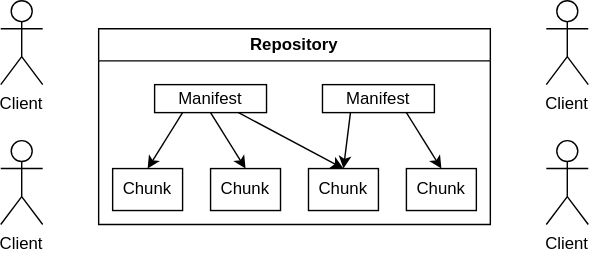
Before: paper/figures/terminology.drawio.svg, a diagram exported from draw.io (Deric-W/vinculum). Source tidied: cells renumbered, new cells last; positions are measured from the earlier drawing's top-left corner, leaving out a move shared by most shapes. Source of this version:
```xml
<mxGraphModel>
  <root>
    <mxCell id="0" />
    <mxCell id="1" parent="0" />
    <mxCell id="2" value="Client" style="shape=umlActor;verticalLabelPosition=bottom;verticalAlign=top;" parent="1" vertex="1">
      <mxGeometry width="30" height="60" as="geometry" />
    </mxCell>
    <mxCell id="3" value="Client" style="shape=umlActor;verticalLabelPosition=bottom;verticalAlign=top;outlineConnect=0;" parent="1" vertex="1">
      <mxGeometry y="100" width="30" height="60" as="geometry" />
    </mxCell>
    <mxCell id="4" value="Client" style="shape=umlActor;verticalLabelPosition=bottom;verticalAlign=top;" parent="1" vertex="1">
      <mxGeometry x="390" width="30" height="60" as="geometry" />
    </mxCell>
    <mxCell id="5" value="Client" style="shape=umlActor;verticalLabelPosition=bottom;verticalAlign=top;" parent="1" vertex="1">
      <mxGeometry x="390" y="100" width="30" height="60" as="geometry" />
    </mxCell>
    <mxCell id="6" value="Repository" style="swimlane;whiteSpace=wrap;" parent="1" vertex="1">
      <mxGeometry x="70" y="20" width="280" height="140" as="geometry" />
    </mxCell>
    <mxCell id="7" value="Manifest" style="rounded=0;whiteSpace=wrap;" parent="6" vertex="1">
      <mxGeometry x="40" y="40" width="80" height="20" as="geometry" />
    </mxCell>
    <mxCell id="8" value="Manifest" style="rounded=0;whiteSpace=wrap;" parent="6" vertex="1">
      <mxGeometry x="160" y="40" width="80" height="20" as="geometry" />
    </mxCell>
    <mxCell id="9" value="Chunk" style="rounded=0;whiteSpace=wrap;" parent="6" vertex="1">
      <mxGeometry x="10" y="100" width="50" height="30" as="geometry" />
    </mxCell>
    <mxCell id="10" style="endArrow=classic;rounded=0;exitX=0.25;exitY=1;exitDx=0;exitDy=0;entryX=0.5;entryY=0;entryDx=0;entryDy=0;" parent="6" edge="1" source="7" target="9">
      <mxGeometry relative="1" as="geometry" />
    </mxCell>
    <mxCell id="11" style="endArrow=classic;rounded=0;exitX=0.5;exitY=1;exitDx=0;exitDy=0;entryX=0.5;entryY=0;entryDx=0;entryDy=0;" parent="6" edge="1" source="7" target="15">
      <mxGeometry relative="1" as="geometry" />
    </mxCell>
    <mxCell id="12" style="endArrow=classic;rounded=0;exitX=0.75;exitY=1;exitDx=0;exitDy=0;entryX=0.5;entryY=0;entryDx=0;entryDy=0;" parent="6" edge="1" source="7" target="17">
      <mxGeometry relative="1" as="geometry" />
    </mxCell>
    <mxCell id="13" style="endArrow=classic;rounded=0;exitX=0.25;exitY=1;exitDx=0;exitDy=0;entryX=0.5;entryY=0;entryDx=0;entryDy=0;" parent="6" edge="1" source="8" target="17">
      <mxGeometry relative="1" as="geometry" />
    </mxCell>
    <mxCell id="14" style="endArrow=classic;rounded=0;exitX=0.75;exitY=1;exitDx=0;exitDy=0;entryX=0.5;entryY=0;entryDx=0;entryDy=0;" parent="6" edge="1" source="8" target="16">
      <mxGeometry relative="1" as="geometry" />
    </mxCell>
    <mxCell id="15" value="Chunk" style="rounded=0;whiteSpace=wrap;" parent="6" vertex="1">
      <mxGeometry x="80" y="100" width="50" height="30" as="geometry" />
    </mxCell>
    <mxCell id="16" value="Chunk" style="rounded=0;whiteSpace=wrap;" parent="6" vertex="1">
      <mxGeometry x="220" y="100" width="50" height="30" as="geometry" />
    </mxCell>
    <mxCell id="17" value="Chunk" style="rounded=0;whiteSpace=wrap;" parent="6" vertex="1">
      <mxGeometry x="150" y="100" width="50" height="30" as="geometry" />
    </mxCell>
  </root>
</mxGraphModel>
```
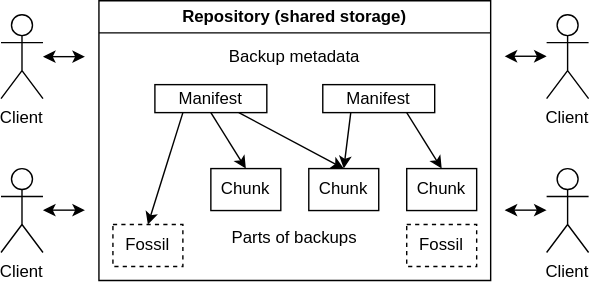
Above is the later version.

What changed in the source:
```diff
@@ -2,29 +2,20 @@
   <root>
     <mxCell id="0" />
     <mxCell id="1" parent="0" />
-    <mxCell id="2" value="Client" style="shape=umlActor;verticalLabelPosition=bottom;verticalAlign=top;" parent="1" vertex="1">
-      <mxGeometry width="30" height="60" as="geometry" />
-    </mxCell>
     <mxCell id="3" value="Client" style="shape=umlActor;verticalLabelPosition=bottom;verticalAlign=top;outlineConnect=0;" parent="1" vertex="1">
-      <mxGeometry y="100" width="30" height="60" as="geometry" />
+      <mxGeometry y="10" width="30" height="60" as="geometry" />
     </mxCell>
-    <mxCell id="4" value="Client" style="shape=umlActor;verticalLabelPosition=bottom;verticalAlign=top;" parent="1" vertex="1">
-      <mxGeometry x="390" width="30" height="60" as="geometry" />
-    </mxCell>
-    <mxCell id="5" value="Client" style="shape=umlActor;verticalLabelPosition=bottom;verticalAlign=top;" parent="1" vertex="1">
-      <mxGeometry x="390" y="100" width="30" height="60" as="geometry" />
-    </mxCell>
-    <mxCell id="6" value="Repository" style="swimlane;whiteSpace=wrap;" parent="1" vertex="1">
-      <mxGeometry x="70" y="20" width="280" height="140" as="geometry" />
+    <mxCell id="6" value="Repository (shared storage)" style="swimlane;whiteSpace=wrap;" parent="1" vertex="1">
+      <mxGeometry x="70" width="280" height="200" as="geometry" />
     </mxCell>
     <mxCell id="7" value="Manifest" style="rounded=0;whiteSpace=wrap;" parent="6" vertex="1">
-      <mxGeometry x="40" y="40" width="80" height="20" as="geometry" />
+      <mxGeometry x="40" y="60" width="80" height="20" as="geometry" />
     </mxCell>
     <mxCell id="8" value="Manifest" style="rounded=0;whiteSpace=wrap;" parent="6" vertex="1">
-      <mxGeometry x="160" y="40" width="80" height="20" as="geometry" />
+      <mxGeometry x="160" y="60" width="80" height="20" as="geometry" />
     </mxCell>
-    <mxCell id="9" value="Chunk" style="rounded=0;whiteSpace=wrap;" parent="6" vertex="1">
-      <mxGeometry x="10" y="100" width="50" height="30" as="geometry" />
+    <mxCell id="9" value="Fossil" style="rounded=0;whiteSpace=wrap;dashed=1;" parent="6" vertex="1">
+      <mxGeometry x="10" y="160" width="50" height="30" as="geometry" />
     </mxCell>
     <mxCell id="10" style="endArrow=classic;rounded=0;exitX=0.25;exitY=1;exitDx=0;exitDy=0;entryX=0.5;entryY=0;entryDx=0;entryDy=0;" parent="6" edge="1" source="7" target="9">
       <mxGeometry relative="1" as="geometry" />
@@ -42,13 +33,54 @@
       <mxGeometry relative="1" as="geometry" />
     </mxCell>
     <mxCell id="15" value="Chunk" style="rounded=0;whiteSpace=wrap;" parent="6" vertex="1">
-      <mxGeometry x="80" y="100" width="50" height="30" as="geometry" />
+      <mxGeometry x="80" y="120" width="50" height="30" as="geometry" />
     </mxCell>
     <mxCell id="16" value="Chunk" style="rounded=0;whiteSpace=wrap;" parent="6" vertex="1">
-      <mxGeometry x="220" y="100" width="50" height="30" as="geometry" />
+      <mxGeometry x="220" y="120" width="50" height="30" as="geometry" />
     </mxCell>
     <mxCell id="17" value="Chunk" style="rounded=0;whiteSpace=wrap;" parent="6" vertex="1">
-      <mxGeometry x="150" y="100" width="50" height="30" as="geometry" />
+      <mxGeometry x="150" y="120" width="50" height="30" as="geometry" />
     </mxCell>
+    <mxCell id="18" value="Fossil" style="rounded=0;whiteSpace=wrap;dashed=1;" parent="6" vertex="1">
+      <mxGeometry x="220" y="160" width="50" height="30" as="geometry" />
+    </mxCell>
+    <mxCell id="19" value="Parts of backups" style="text;align=center;verticalAlign=middle;whiteSpace=wrap;rounded=0;" parent="6" vertex="1">
+      <mxGeometry x="70" y="160" width="140" height="20" as="geometry" />
+    </mxCell>
+    <mxCell id="20" value="Backup metadata" style="text;align=center;verticalAlign=middle;whiteSpace=wrap;rounded=0;" parent="6" vertex="1">
+      <mxGeometry x="40" y="30" width="200" height="20" as="geometry" />
+    </mxCell>
+    <mxCell id="21" value="Client" style="shape=umlActor;verticalLabelPosition=bottom;verticalAlign=top;" parent="1" vertex="1">
+      <mxGeometry y="120" width="30" height="60" as="geometry" />
+    </mxCell>
+    <mxCell id="22" value="Client" style="shape=umlActor;verticalLabelPosition=bottom;verticalAlign=top;" parent="1" vertex="1">
+      <mxGeometry x="390" y="10" width="30" height="60" as="geometry" />
+    </mxCell>
+    <mxCell id="23" value="Client" style="shape=umlActor;verticalLabelPosition=bottom;verticalAlign=top;" parent="1" vertex="1">
+      <mxGeometry x="390" y="120" width="30" height="60" as="geometry" />
+    </mxCell>
+    <mxCell id="24" style="endArrow=classic;startArrow=classic;rounded=0;" parent="1" edge="1" source="3">
+      <mxGeometry relative="1" as="geometry">
+        <mxPoint x="60" y="40" as="targetPoint" />
+      </mxGeometry>
+    </mxCell>
+    <mxCell id="25" style="endArrow=classic;startArrow=classic;rounded=0;" parent="1" edge="1">
+      <mxGeometry relative="1" as="geometry">
+        <mxPoint x="30" y="149.7" as="sourcePoint" />
+        <mxPoint x="60" y="149.7" as="targetPoint" />
+      </mxGeometry>
+    </mxCell>
+    <mxCell id="26" style="endArrow=classic;startArrow=classic;rounded=0;" parent="1" edge="1">
+      <mxGeometry relative="1" as="geometry">
+        <mxPoint x="360" y="39.7" as="sourcePoint" />
+        <mxPoint x="390" y="39.7" as="targetPoint" />
+      </mxGeometry>
+    </mxCell>
+    <mxCell id="27" style="endArrow=classic;startArrow=classic;rounded=0;" parent="1" edge="1">
+      <mxGeometry relative="1" as="geometry">
+        <mxPoint x="360" y="149.7" as="sourcePoint" />
+        <mxPoint x="390" y="149.7" as="targetPoint" />
+      </mxGeometry>
+    </mxCell>
   </root>
 </mxGraphModel>
```
